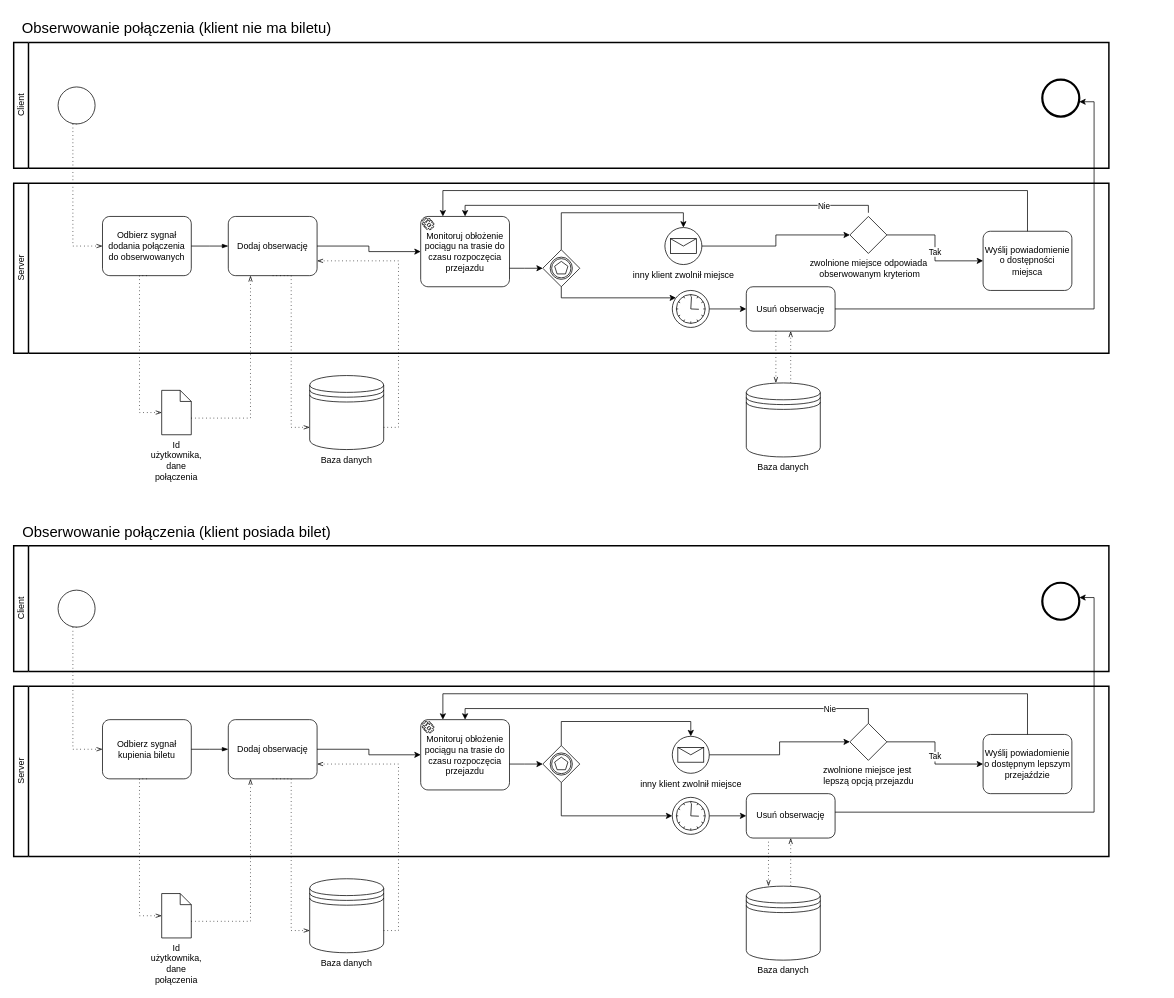
Before: bpmnDiagrams/ObserveConnectionBPMN.drawio in ajankowi/Mikrosystemy, a draw.io diagram. Source tidied: cells renumbered, new cells numbered last; positions are measured from the earlier drawing's top-left corner, leaving out a move shared by most shapes. Both pictures are drawn from the tidied source at 74%, with x=0, y=0 at pixel (13, 13).
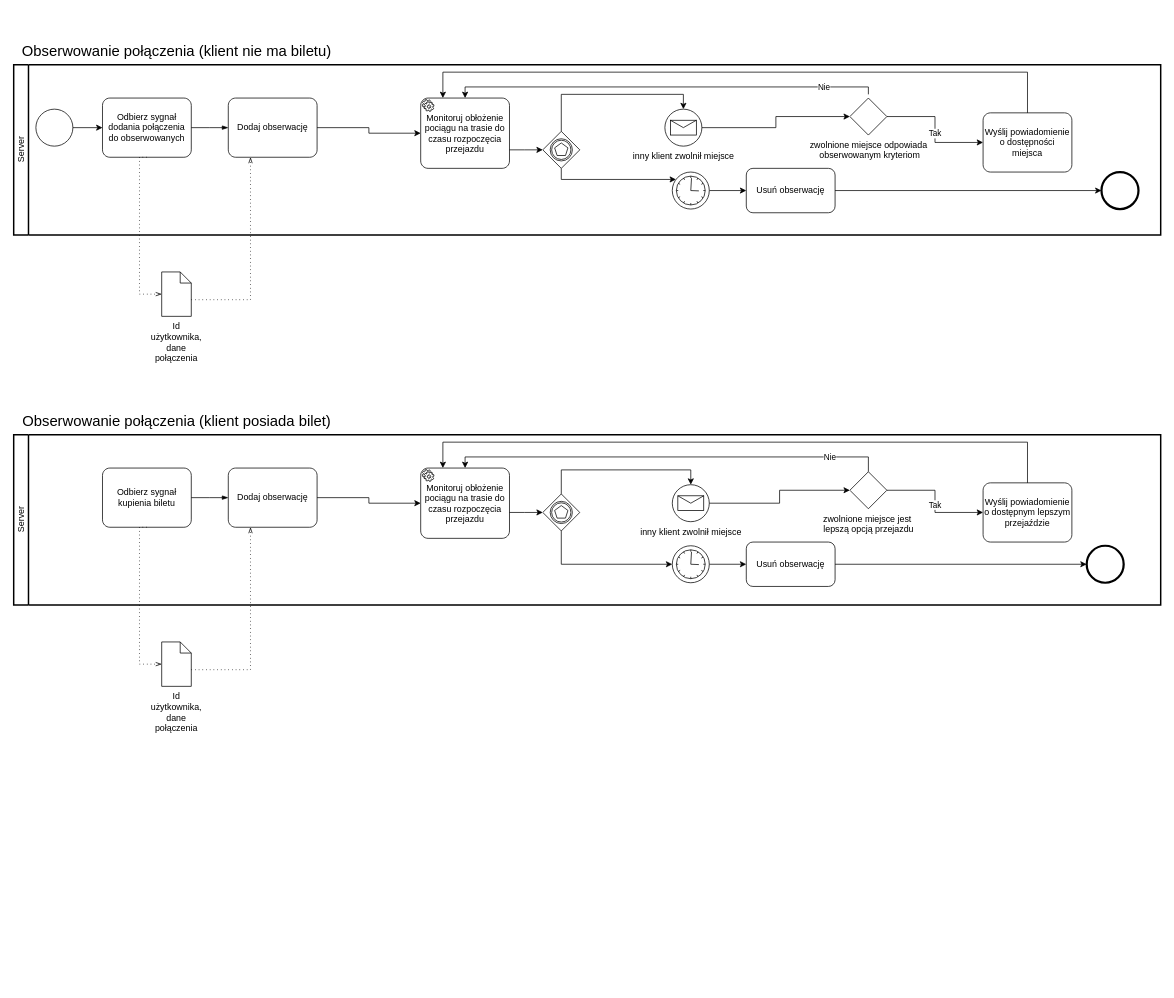
Above is the later version.

Commit message:
Update Observe Connection BPMNs

Unchanged cells that the change refers to:
```xml
<mxCell id="6" value="Odbierz sygnał dodania połączenia do obserwowanych" style="points=[[0.25,0,0],[0.5,0,0],[0.75,0,0],[1,0.25,0],[1,0.5,0],[1,0.75,0],[0.75,1,0],[0.5,1,0],[0.25,1,0],[0,0.75,0],[0,0.5,0],[0,0.25,0]];shape=mxgraph.bpmn.task;whiteSpace=wrap;rectStyle=rounded;size=10;taskMarker=abstract;" parent="5" vertex="1">
  <mxGeometry x="120" y="45" width="120" height="80" as="geometry" />
</mxCell>
<mxCell id="7" value="Dodaj obserwację" style="points=[[0.25,0,0],[0.5,0,0],[0.75,0,0],[1,0.25,0],[1,0.5,0],[1,0.75,0],[0.75,1,0],[0.5,1,0],[0.25,1,0],[0,0.75,0],[0,0.5,0],[0,0.25,0]];shape=mxgraph.bpmn.task;whiteSpace=wrap;rectStyle=rounded;size=10;taskMarker=abstract;" parent="5" vertex="1">
  <mxGeometry x="290" y="45" width="120" height="80" as="geometry" />
</mxCell>
<mxCell id="25" value="Usuń obserwację" style="rounded=1;whiteSpace=wrap;html=1;" parent="5" vertex="1">
  <mxGeometry x="990" y="140" width="120" height="60" as="geometry" />
</mxCell>
<mxCell id="44" value="Odbierz sygnał kupienia biletu" style="points=[[0.25,0,0],[0.5,0,0],[0.75,0,0],[1,0.25,0],[1,0.5,0],[1,0.75,0],[0.75,1,0],[0.5,1,0],[0.25,1,0],[0,0.75,0],[0,0.5,0],[0,0.25,0]];shape=mxgraph.bpmn.task;whiteSpace=wrap;rectStyle=rounded;size=10;taskMarker=abstract;" parent="43" vertex="1">
  <mxGeometry x="120" y="45" width="120" height="80" as="geometry" />
</mxCell>
<mxCell id="45" value="Dodaj obserwację" style="points=[[0.25,0,0],[0.5,0,0],[0.75,0,0],[1,0.25,0],[1,0.5,0],[1,0.75,0],[0.75,1,0],[0.5,1,0],[0.25,1,0],[0,0.75,0],[0,0.5,0],[0,0.25,0]];shape=mxgraph.bpmn.task;whiteSpace=wrap;rectStyle=rounded;size=10;taskMarker=abstract;" parent="43" vertex="1">
  <mxGeometry x="290" y="45" width="120" height="80" as="geometry" />
</mxCell>
<mxCell id="63" value="Usuń obserwację" style="rounded=1;whiteSpace=wrap;html=1;" parent="43" vertex="1">
  <mxGeometry x="990" y="145" width="120" height="60" as="geometry" />
</mxCell>
```

What changed in the source:
```diff
@@
-    <mxCell id="2" value="Client" style="swimlane;html=1;startSize=20;fontStyle=0;horizontal=0;swimlaneLine=1;swimlaneFillColor=#ffffff;strokeWidth=2;" parent="1" vertex="1">
-      <mxGeometry y="40" width="1480" height="170" as="geometry" />
-    </mxCell>
-    <mxCell id="3" style="points=[[0.145,0.145,0],[0.5,0,0],[0.855,0.145,0],[1,0.5,0],[0.855,0.855,0],[0.5,1,0],[0.145,0.855,0],[0,0.5,0]];shape=mxgraph.bpmn.event;html=1;verticalLabelPosition=bottom;labelBackgroundColor=#ffffff;verticalAlign=top;align=center;perimeter=ellipsePerimeter;outlineConnect=0;outline=standard;symbol=general;" parent="2" vertex="1">
-      <mxGeometry x="60" y="60" width="50" height="50" as="geometry" />
-    </mxCell>
-    <mxCell id="4" style="points=[[0.145,0.145,0],[0.5,0,0],[0.855,0.145,0],[1,0.5,0],[0.855,0.855,0],[0.5,1,0],[0.145,0.855,0],[0,0.5,0]];shape=mxgraph.bpmn.event;html=1;verticalLabelPosition=bottom;labelBackgroundColor=#ffffff;verticalAlign=top;align=center;perimeter=ellipsePerimeter;outlineConnect=0;outline=end;symbol=terminate2;" parent="2" vertex="1">
-      <mxGeometry x="1390" y="50" width="50" height="50" as="geometry" />
-    </mxCell>
     <mxCell id="5" value="Server" style="swimlane;html=1;startSize=20;fontStyle=0;horizontal=0;swimlaneLine=1;swimlaneFillColor=#ffffff;strokeWidth=2;" parent="1" vertex="1">
-      <mxGeometry y="230" width="1480" height="230" as="geometry" />
+      <mxGeometry y="70" width="1550" height="230" as="geometry" />
     </mxCell>
@@
-    <mxCell id="26" style="edgeStyle=orthogonalEdgeStyle;rounded=0;orthogonalLoop=1;jettySize=auto;html=1;" parent="5" edge="1">
-      <mxGeometry relative="1" as="geometry">
-        <mxPoint x="1110" y="170" as="sourcePoint" />
-        <mxPoint x="1440" y="-110" as="targetPoint" />
-        <Array as="points">
-          <mxPoint x="1460" y="170" />
-          <mxPoint x="1460" y="-110" />
-        </Array>
-      </mxGeometry>
-    </mxCell>
@@
+    <mxCell id="3" style="points=[[0.145,0.145,0],[0.5,0,0],[0.855,0.145,0],[1,0.5,0],[0.855,0.855,0],[0.5,1,0],[0.145,0.855,0],[0,0.5,0]];shape=mxgraph.bpmn.event;html=1;verticalLabelPosition=bottom;labelBackgroundColor=#ffffff;verticalAlign=top;align=center;perimeter=ellipsePerimeter;outlineConnect=0;outline=standard;symbol=general;" parent="5" vertex="1">
+      <mxGeometry x="30" y="60" width="50" height="50" as="geometry" />
+    </mxCell>
+    <mxCell id="35" style="edgeStyle=orthogonalEdgeStyle;rounded=0;jettySize=auto;html=1;entryX=0;entryY=0.5;entryDx=0;entryDy=0;entryPerimeter=0;" parent="5" edge="1" source="3" target="6">
+      <mxGeometry relative="1" as="geometry" />
+    </mxCell>
+    <mxCell id="4" style="points=[[0.145,0.145,0],[0.5,0,0],[0.855,0.145,0],[1,0.5,0],[0.855,0.855,0],[0.5,1,0],[0.145,0.855,0],[0,0.5,0]];shape=mxgraph.bpmn.event;html=1;verticalLabelPosition=bottom;labelBackgroundColor=#ffffff;verticalAlign=top;align=center;perimeter=ellipsePerimeter;outlineConnect=0;outline=end;symbol=terminate2;" parent="5" vertex="1">
+      <mxGeometry x="1470" y="145" width="50" height="50" as="geometry" />
+    </mxCell>
+    <mxCell id="76" style="edgeStyle=orthogonalEdgeStyle;rounded=0;jettySize=auto;html=1;entryX=0;entryY=0.5;entryDx=0;entryDy=0;entryPerimeter=0;" parent="5" edge="1" source="25" target="4">
+      <mxGeometry relative="1" as="geometry" />
+    </mxCell>
     <mxCell id="28" value="Id użytkownika, dane połączenia" style="shape=mxgraph.bpmn.data;labelPosition=center;verticalLabelPosition=bottom;align=center;verticalAlign=top;whiteSpace=wrap;size=15;html=1;" parent="1" vertex="1">
-      <mxGeometry x="200" y="510" width="40" height="60" as="geometry" />
+      <mxGeometry x="200" y="350" width="40" height="60" as="geometry" />
     </mxCell>
     <mxCell id="29" style="edgeStyle=elbowEdgeStyle;fontSize=12;html=1;endFill=0;startFill=0;endSize=6;startSize=6;dashed=1;dashPattern=1 4;endArrow=openThin;startArrow=none;rounded=0;exitX=0.5;exitY=1;exitDx=0;exitDy=0;exitPerimeter=0;entryX=0;entryY=0.5;entryDx=0;entryDy=0;entryPerimeter=0;" parent="1" edge="1" source="6" target="28">
       <mxGeometry relative="1" as="geometry">
         <Array as="points">
-          <mxPoint x="170" y="420" />
+          <mxPoint x="170" y="260" />
         </Array>
       </mxGeometry>
     </mxCell>
     <mxCell id="30" style="edgeStyle=elbowEdgeStyle;fontSize=12;html=1;endFill=0;startFill=0;endSize=6;startSize=6;dashed=1;dashPattern=1 4;endArrow=openThin;startArrow=none;rounded=0;exitX=0;exitY=0;exitDx=40;exitDy=37.5;exitPerimeter=0;entryX=0.25;entryY=1;entryDx=0;entryDy=0;entryPerimeter=0;" parent="1" edge="1" source="28" target="7">
       <mxGeometry relative="1" as="geometry">
         <Array as="points">
-          <mxPoint x="320" y="420" />
+          <mxPoint x="320" y="260" />
         </Array>
       </mxGeometry>
     </mxCell>
-    <mxCell id="31" value="Baza danych" style="shape=datastore;whiteSpace=wrap;html=1;labelPosition=center;verticalLabelPosition=bottom;align=center;verticalAlign=top;" parent="1" vertex="1">
-      <mxGeometry x="400" y="490" width="100" height="100" as="geometry" />
-    </mxCell>
-    <mxCell id="32" style="edgeStyle=elbowEdgeStyle;fontSize=12;html=1;endFill=0;startFill=0;endSize=6;startSize=6;dashed=1;dashPattern=1 4;endArrow=openThin;startArrow=none;rounded=0;exitX=0.5;exitY=1;exitDx=0;exitDy=0;exitPerimeter=0;entryX=0;entryY=0.7;entryDx=0;entryDy=0;" parent="1" edge="1" source="7" target="31">
-      <mxGeometry relative="1" as="geometry" />
-    </mxCell>
-    <mxCell id="33" style="edgeStyle=elbowEdgeStyle;fontSize=12;html=1;endFill=0;startFill=0;endSize=6;startSize=6;dashed=1;dashPattern=1 4;endArrow=openThin;startArrow=none;rounded=0;exitX=1;exitY=0.7;exitDx=0;exitDy=0;entryX=1;entryY=0.75;entryDx=0;entryDy=0;entryPerimeter=0;" parent="1" edge="1" source="31" target="7">
-      <mxGeometry relative="1" as="geometry">
-        <Array as="points">
-          <mxPoint x="520" y="420" />
-          <mxPoint x="540" y="410" />
-        </Array>
-      </mxGeometry>
-    </mxCell>
     <mxCell id="34" value="&lt;font style=&quot;font-size: 20px&quot;&gt;Obserwowanie połączenia (klient nie ma biletu)&lt;/font&gt;" style="text;html=1;align=center;verticalAlign=middle;strokeColor=none;fillColor=none;" parent="1" vertex="1">
-      <mxGeometry width="440" height="40" as="geometry" />
+      <mxGeometry y="30" width="440" height="40" as="geometry" />
     </mxCell>
-    <mxCell id="35" style="edgeStyle=elbowEdgeStyle;fontSize=12;html=1;endFill=0;startFill=0;endSize=6;startSize=6;dashed=1;dashPattern=1 4;endArrow=openThin;startArrow=none;rounded=0;exitX=0.5;exitY=1;exitDx=0;exitDy=0;exitPerimeter=0;" parent="1" edge="1" source="3" target="6">
-      <mxGeometry relative="1" as="geometry">
-        <Array as="points">
-          <mxPoint x="80" y="230" />
-        </Array>
-      </mxGeometry>
-    </mxCell>
     <mxCell id="36" value="&lt;font style=&quot;font-size: 20px&quot;&gt;Obserwowanie połączenia (klient posiada bilet)&lt;/font&gt;" style="text;html=1;align=center;verticalAlign=middle;strokeColor=none;fillColor=none;" parent="1" vertex="1">
-      <mxGeometry y="680" width="440" height="40" as="geometry" />
+      <mxGeometry y="530" width="440" height="40" as="geometry" />
     </mxCell>
-    <mxCell id="37" value="Baza danych" style="shape=datastore;whiteSpace=wrap;html=1;labelPosition=center;verticalLabelPosition=bottom;align=center;verticalAlign=top;" parent="1" vertex="1">
-      <mxGeometry x="990" y="500" width="100" height="100" as="geometry" />
-    </mxCell>
-    <mxCell id="38" style="edgeStyle=elbowEdgeStyle;fontSize=12;html=1;endFill=0;startFill=0;endSize=6;startSize=6;dashed=1;dashPattern=1 4;endArrow=openThin;startArrow=none;rounded=0;" parent="1" edge="1" target="37">
-      <mxGeometry relative="1" as="geometry">
-        <mxPoint x="1030" y="430" as="sourcePoint" />
-        <Array as="points">
-          <mxPoint x="1030" y="430" />
-        </Array>
-      </mxGeometry>
-    </mxCell>
-    <mxCell id="39" style="edgeStyle=elbowEdgeStyle;fontSize=12;html=1;endFill=0;startFill=0;endSize=6;startSize=6;dashed=1;dashPattern=1 4;endArrow=openThin;startArrow=none;rounded=0;entryX=0.5;entryY=1;entryDx=0;entryDy=0;" parent="1" edge="1" source="37" target="25">
-      <mxGeometry relative="1" as="geometry" />
-    </mxCell>
-    <mxCell id="40" value="Client" style="swimlane;html=1;startSize=20;fontStyle=0;horizontal=0;swimlaneLine=1;swimlaneFillColor=#ffffff;strokeWidth=2;" parent="1" vertex="1">
-      <mxGeometry y="720" width="1480" height="170" as="geometry" />
-    </mxCell>
-    <mxCell id="41" style="points=[[0.145,0.145,0],[0.5,0,0],[0.855,0.145,0],[1,0.5,0],[0.855,0.855,0],[0.5,1,0],[0.145,0.855,0],[0,0.5,0]];shape=mxgraph.bpmn.event;html=1;verticalLabelPosition=bottom;labelBackgroundColor=#ffffff;verticalAlign=top;align=center;perimeter=ellipsePerimeter;outlineConnect=0;outline=standard;symbol=general;" parent="40" vertex="1">
-      <mxGeometry x="60" y="60" width="50" height="50" as="geometry" />
-    </mxCell>
-    <mxCell id="42" style="points=[[0.145,0.145,0],[0.5,0,0],[0.855,0.145,0],[1,0.5,0],[0.855,0.855,0],[0.5,1,0],[0.145,0.855,0],[0,0.5,0]];shape=mxgraph.bpmn.event;html=1;verticalLabelPosition=bottom;labelBackgroundColor=#ffffff;verticalAlign=top;align=center;perimeter=ellipsePerimeter;outlineConnect=0;outline=end;symbol=terminate2;" parent="40" vertex="1">
-      <mxGeometry x="1390" y="50" width="50" height="50" as="geometry" />
-    </mxCell>
     <mxCell id="43" value="Server" style="swimlane;html=1;startSize=20;fontStyle=0;horizontal=0;swimlaneLine=1;swimlaneFillColor=#ffffff;strokeWidth=2;" parent="1" vertex="1">
-      <mxGeometry y="910" width="1480" height="230" as="geometry" />
+      <mxGeometry y="570" width="1550" height="230" as="geometry" />
     </mxCell>
@@
-    <mxCell id="64" style="edgeStyle=orthogonalEdgeStyle;rounded=0;orthogonalLoop=1;jettySize=auto;html=1;entryX=1;entryY=0.5;entryDx=0;entryDy=0;entryPerimeter=0;" parent="43" edge="1">
-      <mxGeometry relative="1" as="geometry">
-        <mxPoint x="1110" y="170" as="sourcePoint" />
-        <mxPoint x="1440" y="-120" as="targetPoint" />
-        <Array as="points">
-          <mxPoint x="1460" y="170" />
-          <mxPoint x="1460" y="-120" />
-        </Array>
-      </mxGeometry>
-    </mxCell>
@@
+    <mxCell id="42" style="points=[[0.145,0.145,0],[0.5,0,0],[0.855,0.145,0],[1,0.5,0],[0.855,0.855,0],[0.5,1,0],[0.145,0.855,0],[0,0.5,0]];shape=mxgraph.bpmn.event;html=1;verticalLabelPosition=bottom;labelBackgroundColor=#ffffff;verticalAlign=top;align=center;perimeter=ellipsePerimeter;outlineConnect=0;outline=end;symbol=terminate2;" parent="43" vertex="1">
+      <mxGeometry x="1450" y="150" width="50" height="50" as="geometry" />
+    </mxCell>
+    <mxCell id="77" style="edgeStyle=orthogonalEdgeStyle;rounded=0;jettySize=auto;html=1;entryX=0;entryY=0.5;entryDx=0;entryDy=0;entryPerimeter=0;" parent="43" edge="1" source="63" target="42">
+      <mxGeometry relative="1" as="geometry" />
+    </mxCell>
     <mxCell id="66" value="Id użytkownika, dane połączenia" style="shape=mxgraph.bpmn.data;labelPosition=center;verticalLabelPosition=bottom;align=center;verticalAlign=top;whiteSpace=wrap;size=15;html=1;" parent="1" vertex="1">
-      <mxGeometry x="200" y="1190" width="40" height="60" as="geometry" />
+      <mxGeometry x="200" y="850" width="40" height="60" as="geometry" />
     </mxCell>
     <mxCell id="67" style="edgeStyle=elbowEdgeStyle;fontSize=12;html=1;endFill=0;startFill=0;endSize=6;startSize=6;dashed=1;dashPattern=1 4;endArrow=openThin;startArrow=none;rounded=0;exitX=0.5;exitY=1;exitDx=0;exitDy=0;exitPerimeter=0;entryX=0;entryY=0.5;entryDx=0;entryDy=0;entryPerimeter=0;" parent="1" edge="1" source="44" target="66">
       <mxGeometry relative="1" as="geometry">
         <Array as="points">
-          <mxPoint x="170" y="1100" />
+          <mxPoint x="170" y="760" />
         </Array>
       </mxGeometry>
     </mxCell>
     <mxCell id="68" style="edgeStyle=elbowEdgeStyle;fontSize=12;html=1;endFill=0;startFill=0;endSize=6;startSize=6;dashed=1;dashPattern=1 4;endArrow=openThin;startArrow=none;rounded=0;exitX=0;exitY=0;exitDx=40;exitDy=37.5;exitPerimeter=0;entryX=0.25;entryY=1;entryDx=0;entryDy=0;entryPerimeter=0;" parent="1" edge="1" source="66" target="45">
       <mxGeometry relative="1" as="geometry">
         <Array as="points">
-          <mxPoint x="320" y="1100" />
+          <mxPoint x="320" y="760" />
         </Array>
       </mxGeometry>
     </mxCell>
-    <mxCell id="69" value="Baza danych" style="shape=datastore;whiteSpace=wrap;html=1;labelPosition=center;verticalLabelPosition=bottom;align=center;verticalAlign=top;" parent="1" vertex="1">
-      <mxGeometry x="400" y="1170" width="100" height="100" as="geometry" />
-    </mxCell>
-    <mxCell id="70" style="edgeStyle=elbowEdgeStyle;fontSize=12;html=1;endFill=0;startFill=0;endSize=6;startSize=6;dashed=1;dashPattern=1 4;endArrow=openThin;startArrow=none;rounded=0;exitX=0.5;exitY=1;exitDx=0;exitDy=0;exitPerimeter=0;entryX=0;entryY=0.7;entryDx=0;entryDy=0;" parent="1" edge="1" source="45" target="69">
-      <mxGeometry relative="1" as="geometry" />
-    </mxCell>
-    <mxCell id="71" style="edgeStyle=elbowEdgeStyle;fontSize=12;html=1;endFill=0;startFill=0;endSize=6;startSize=6;dashed=1;dashPattern=1 4;endArrow=openThin;startArrow=none;rounded=0;exitX=1;exitY=0.7;exitDx=0;exitDy=0;entryX=1;entryY=0.75;entryDx=0;entryDy=0;entryPerimeter=0;" parent="1" edge="1" source="69" target="45">
-      <mxGeometry relative="1" as="geometry">
-        <Array as="points">
-          <mxPoint x="520" y="1100" />
-          <mxPoint x="540" y="1090" />
-        </Array>
-      </mxGeometry>
-    </mxCell>
-    <mxCell id="72" style="edgeStyle=elbowEdgeStyle;fontSize=12;html=1;endFill=0;startFill=0;endSize=6;startSize=6;dashed=1;dashPattern=1 4;endArrow=openThin;startArrow=none;rounded=0;exitX=0.5;exitY=1;exitDx=0;exitDy=0;exitPerimeter=0;" parent="1" edge="1" source="41" target="44">
-      <mxGeometry relative="1" as="geometry">
-        <Array as="points">
-          <mxPoint x="80" y="910" />
-        </Array>
-      </mxGeometry>
-    </mxCell>
-    <mxCell id="73" value="Baza danych" style="shape=datastore;whiteSpace=wrap;html=1;labelPosition=center;verticalLabelPosition=bottom;align=center;verticalAlign=top;" parent="1" vertex="1">
-      <mxGeometry x="990" y="1180" width="100" height="100" as="geometry" />
-    </mxCell>
-    <mxCell id="74" style="edgeStyle=elbowEdgeStyle;fontSize=12;html=1;endFill=0;startFill=0;endSize=6;startSize=6;dashed=1;dashPattern=1 4;endArrow=openThin;startArrow=none;rounded=0;" parent="1" edge="1" target="73">
-      <mxGeometry relative="1" as="geometry">
-        <mxPoint x="1020" y="1120" as="sourcePoint" />
-      </mxGeometry>
-    </mxCell>
-    <mxCell id="75" style="edgeStyle=elbowEdgeStyle;fontSize=12;html=1;endFill=0;startFill=0;endSize=6;startSize=6;dashed=1;dashPattern=1 4;endArrow=openThin;startArrow=none;rounded=0;entryX=0.5;entryY=1;entryDx=0;entryDy=0;" parent="1" edge="1" source="73" target="63">
-      <mxGeometry relative="1" as="geometry" />
-    </mxCell>
```
